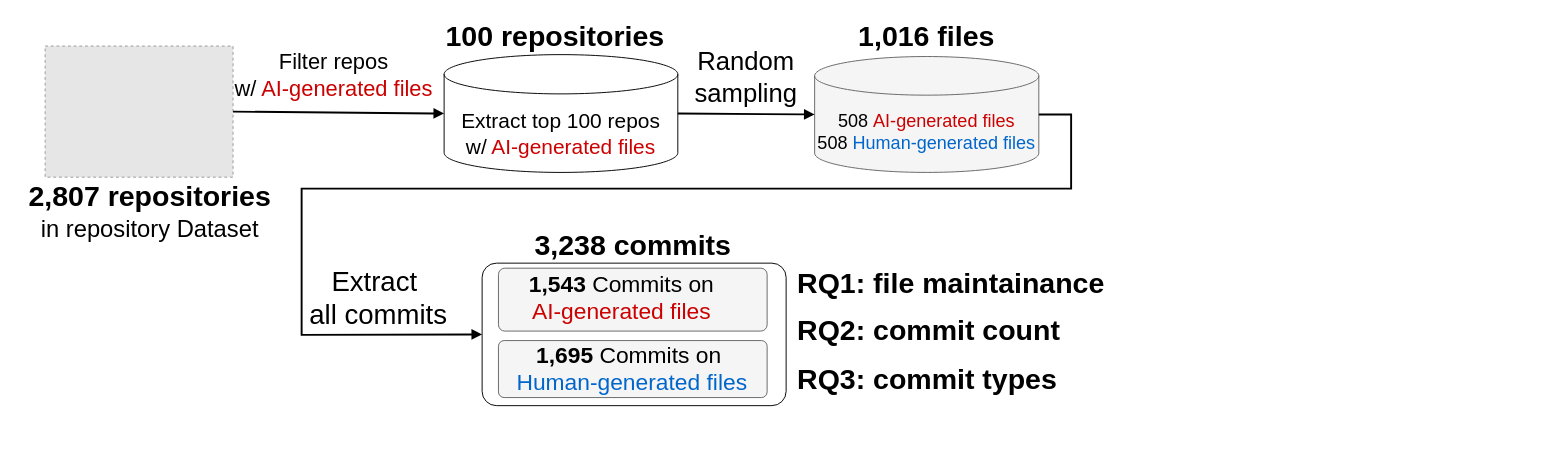
Before: AIDev.drawio in ShouSawa/draw.io, a draw.io diagram. Source tidied: cells renumbered, new cells numbered last; positions are measured from the earlier drawing's top-left corner, leaving out a move shared by most shapes. Both pictures are drawn from the tidied source at 95%, with x=0, y=0 at pixel (16, 16). Pictures stored in the file or linked from it are replaced by grey dashed boxes.
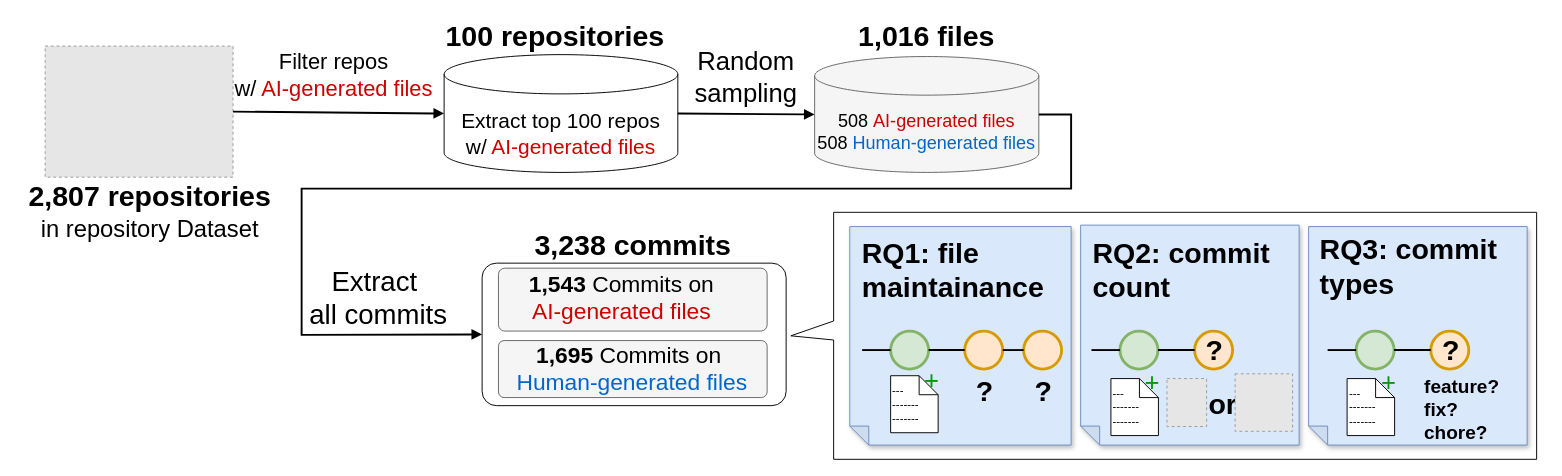
The same diagram, later.

Diff of the diagram source:
```diff
@@
+    <mxCell id="25" style="shape=callout;whiteSpace=wrap;html=1;perimeter=calloutPerimeter;rotation=90;size=45;position=0.44;" parent="1" vertex="1">
+      <mxGeometry x="1077.5" y="-56.5" width="260" height="785" as="geometry" />
+    </mxCell>
@@
+    <mxCell id="26" style="shape=note;whiteSpace=wrap;html=1;backgroundOutline=1;darkOpacity=0.05;fillColor=#dae8fc;strokeColor=#6c8ebf;fillStyle=solid;direction=west;gradientDirection=north;shadow=1;size=20;" parent="1" vertex="1">
+      <mxGeometry x="877" y="221" width="233" height="230" as="geometry" />
+    </mxCell>
+    <mxCell id="27" style="shape=note;whiteSpace=wrap;html=1;backgroundOutline=1;darkOpacity=0.05;fillColor=#dae8fc;strokeColor=#6c8ebf;fillStyle=solid;direction=west;gradientDirection=north;shadow=1;size=20;" parent="1" vertex="1">
+      <mxGeometry x="1120" y="219.5" width="230" height="231.5" as="geometry" />
+    </mxCell>
+    <mxCell id="23" value="&lt;div&gt;&lt;span style=&quot;font-size: 30px;&quot;&gt;&lt;b&gt;RQ2: commit count&lt;/b&gt;&lt;/span&gt;&lt;/div&gt;" style="text;html=1;whiteSpace=wrap;strokeColor=none;fillColor=none;align=left;verticalAlign=middle;rounded=0;" parent="1" vertex="1">
+      <mxGeometry x="1131.4" y="247" width="198.6" height="40" as="geometry" />
+    </mxCell>
     <mxCell id="22" value="&lt;div&gt;&lt;span style=&quot;font-size: 30px;&quot;&gt;&lt;b&gt;RQ1: file maintainance&lt;/b&gt;&lt;/span&gt;&lt;/div&gt;" style="text;html=1;whiteSpace=wrap;strokeColor=none;fillColor=none;align=left;verticalAlign=middle;rounded=0;" parent="1" vertex="1">
-      <mxGeometry x="820" y="259.5" width="400" height="40" as="geometry" />
+      <mxGeometry x="888" y="251" width="200" height="32" as="geometry" />
     </mxCell>
-    <mxCell id="23" value="&lt;div&gt;&lt;span style=&quot;font-size: 30px;&quot;&gt;&lt;b&gt;RQ2: commit count&lt;/b&gt;&lt;/span&gt;&lt;/div&gt;" style="text;html=1;whiteSpace=wrap;strokeColor=none;fillColor=none;align=left;verticalAlign=middle;rounded=0;" parent="1" vertex="1">
-      <mxGeometry x="820" y="310" width="400" height="40" as="geometry" />
-    </mxCell>
+    <mxCell id="28" style="ellipse;whiteSpace=wrap;html=1;strokeWidth=3;fillColor=#d5e8d4;strokeColor=#82b366;" parent="1" vertex="1">
+      <mxGeometry x="920" y="331" width="40" height="40" as="geometry" />
+    </mxCell>
+    <mxCell id="29" style="ellipse;whiteSpace=wrap;html=1;strokeWidth=3;fillColor=#ffe6cc;strokeColor=#d79b00;" parent="1" vertex="1">
+      <mxGeometry x="998" y="331" width="40" height="40" as="geometry" />
+    </mxCell>
+    <mxCell id="30" style="endArrow=none;html=1;rounded=0;entryX=0;entryY=0.5;entryDx=0;entryDy=0;exitX=1;exitY=0.5;exitDx=0;exitDy=0;strokeWidth=2;" parent="1" edge="1" source="28" target="29">
+      <mxGeometry relative="1" as="geometry" />
+    </mxCell>
+    <mxCell id="31" style="endArrow=none;html=1;rounded=0;entryX=0;entryY=0.5;entryDx=0;entryDy=0;strokeWidth=2;" parent="1" edge="1" target="28">
+      <mxGeometry relative="1" as="geometry">
+        <mxPoint x="890" y="351" as="sourcePoint" />
+      </mxGeometry>
+    </mxCell>
+    <mxCell id="32" value="---&lt;div&gt;-------&lt;/div&gt;&lt;div&gt;-------&lt;/div&gt;" style="shape=note;size=20;whiteSpace=wrap;html=1;align=left;" parent="1" vertex="1">
+      <mxGeometry x="920" y="378" width="50" height="60" as="geometry" />
+    </mxCell>
+    <mxCell id="33" style="ellipse;whiteSpace=wrap;html=1;strokeWidth=3;fillColor=#ffe6cc;strokeColor=#d79b00;" parent="1" vertex="1">
+      <mxGeometry x="1060" y="331" width="40" height="40" as="geometry" />
+    </mxCell>
+    <mxCell id="34" style="endArrow=none;html=1;rounded=0;entryX=0;entryY=0.5;entryDx=0;entryDy=0;exitX=1;exitY=0.5;exitDx=0;exitDy=0;strokeWidth=2;" parent="1" edge="1" source="29" target="33">
+      <mxGeometry relative="1" as="geometry" />
+    </mxCell>
+    <mxCell id="35" value="&lt;span style=&quot;font-size: 27px;&quot;&gt;&lt;font style=&quot;color: rgb(0, 153, 0);&quot;&gt;+&lt;/font&gt;&lt;/span&gt;" style="text;html=1;whiteSpace=wrap;strokeColor=none;fillColor=none;align=center;verticalAlign=middle;rounded=0;" parent="1" vertex="1">
+      <mxGeometry x="948" y="367" width="31" height="32" as="geometry" />
+    </mxCell>
+    <mxCell id="36" value="&lt;div&gt;&lt;span style=&quot;font-size: 30px;&quot;&gt;&lt;b&gt;?&lt;/b&gt;&lt;/span&gt;&lt;/div&gt;" style="text;html=1;whiteSpace=wrap;strokeColor=none;fillColor=none;align=left;verticalAlign=middle;rounded=0;" parent="1" vertex="1">
+      <mxGeometry x="1008" y="377.5" width="30" height="32" as="geometry" />
+    </mxCell>
+    <mxCell id="37" value="&lt;div&gt;&lt;span style=&quot;font-size: 30px;&quot;&gt;&lt;b&gt;?&lt;/b&gt;&lt;/span&gt;&lt;/div&gt;" style="text;html=1;whiteSpace=wrap;strokeColor=none;fillColor=none;align=left;verticalAlign=middle;rounded=0;" parent="1" vertex="1">
+      <mxGeometry x="1070" y="377.5" width="30" height="32" as="geometry" />
+    </mxCell>
+    <mxCell id="38" style="ellipse;whiteSpace=wrap;html=1;strokeWidth=3;fillColor=#d5e8d4;strokeColor=#82b366;" parent="1" vertex="1">
+      <mxGeometry x="1161.4" y="331" width="40" height="40" as="geometry" />
+    </mxCell>
+    <mxCell id="39" style="ellipse;whiteSpace=wrap;html=1;strokeWidth=3;fillColor=#ffe6cc;strokeColor=#d79b00;" parent="1" vertex="1">
+      <mxGeometry x="1240" y="331" width="40" height="40" as="geometry" />
+    </mxCell>
+    <mxCell id="40" style="endArrow=none;html=1;rounded=0;entryX=0;entryY=0.5;entryDx=0;entryDy=0;exitX=1;exitY=0.5;exitDx=0;exitDy=0;strokeWidth=2;" parent="1" edge="1" source="38" target="39">
+      <mxGeometry relative="1" as="geometry" />
+    </mxCell>
+    <mxCell id="41" style="endArrow=none;html=1;rounded=0;entryX=0;entryY=0.5;entryDx=0;entryDy=0;strokeWidth=2;" parent="1" edge="1" target="38">
+      <mxGeometry relative="1" as="geometry">
+        <mxPoint x="1131.4" y="351" as="sourcePoint" />
+      </mxGeometry>
+    </mxCell>
+    <mxCell id="42" value="---&lt;div&gt;-------&lt;/div&gt;&lt;div&gt;-------&lt;/div&gt;" style="shape=note;size=20;whiteSpace=wrap;html=1;align=left;" parent="1" vertex="1">
+      <mxGeometry x="1151.9" y="381" width="50" height="60" as="geometry" />
+    </mxCell>
+    <mxCell id="43" value="&lt;span style=&quot;font-size: 27px;&quot;&gt;&lt;font style=&quot;color: rgb(0, 153, 0);&quot;&gt;+&lt;/font&gt;&lt;/span&gt;" style="text;html=1;whiteSpace=wrap;strokeColor=none;fillColor=none;align=center;verticalAlign=middle;rounded=0;" parent="1" vertex="1">
+      <mxGeometry x="1179.9" y="370" width="31" height="32" as="geometry" />
+    </mxCell>
+    <mxCell id="44" style="fillColor=#E6E6E6;strokeColor=#999999;dashed=1;verticalLabelPosition=bottom;labelBackgroundColor=default;verticalAlign=top;" parent="1" vertex="1">
+      <mxGeometry x="1210.9" y="381" width="41.7" height="50.5" as="geometry" />
+    </mxCell>
+    <mxCell id="45" value="&lt;div&gt;&lt;span style=&quot;font-size: 30px;&quot;&gt;&lt;b&gt;or&lt;/b&gt;&lt;/span&gt;&lt;/div&gt;" style="text;html=1;whiteSpace=wrap;strokeColor=none;fillColor=none;align=left;verticalAlign=middle;rounded=0;" parent="1" vertex="1">
+      <mxGeometry x="1252.6" y="392" width="30" height="32" as="geometry" />
+    </mxCell>
+    <mxCell id="46" style="fillColor=#E6E6E6;strokeColor=#999999;dashed=1;verticalLabelPosition=bottom;labelBackgroundColor=default;verticalAlign=top;" parent="1" vertex="1">
+      <mxGeometry x="1282.6" y="376" width="60.5" height="60.5" as="geometry" />
+    </mxCell>
+    <mxCell id="47" value="&lt;div&gt;&lt;span style=&quot;font-size: 30px;&quot;&gt;&lt;b&gt;?&lt;/b&gt;&lt;/span&gt;&lt;/div&gt;" style="text;html=1;whiteSpace=wrap;strokeColor=none;fillColor=none;align=left;verticalAlign=middle;rounded=0;" parent="1" vertex="1">
+      <mxGeometry x="1250" y="335.2" width="30" height="32" as="geometry" />
+    </mxCell>
+    <mxCell id="48" style="shape=note;whiteSpace=wrap;html=1;backgroundOutline=1;darkOpacity=0.05;fillColor=#dae8fc;strokeColor=#6c8ebf;fillStyle=solid;direction=west;gradientDirection=north;shadow=1;size=20;" parent="1" vertex="1">
+      <mxGeometry x="1360" y="221" width="230" height="230" as="geometry" />
+    </mxCell>
     <mxCell id="24" value="&lt;div&gt;&lt;span style=&quot;font-size: 30px;&quot;&gt;&lt;b&gt;RQ3: commit types&lt;/b&gt;&lt;/span&gt;&lt;/div&gt;" style="text;html=1;whiteSpace=wrap;strokeColor=none;fillColor=none;align=left;verticalAlign=middle;rounded=0;" parent="1" vertex="1">
-      <mxGeometry x="820" y="361" width="400" height="40" as="geometry" />
+      <mxGeometry x="1370" y="243" width="240" height="40" as="geometry" />
     </mxCell>
+    <mxCell id="49" style="ellipse;whiteSpace=wrap;html=1;strokeWidth=3;fillColor=#d5e8d4;strokeColor=#82b366;" parent="1" vertex="1">
+      <mxGeometry x="1410" y="331" width="40" height="40" as="geometry" />
+    </mxCell>
+    <mxCell id="50" style="ellipse;whiteSpace=wrap;html=1;strokeWidth=3;fillColor=#ffe6cc;strokeColor=#d79b00;" parent="1" vertex="1">
+      <mxGeometry x="1488.6" y="331" width="40" height="40" as="geometry" />
+    </mxCell>
+    <mxCell id="51" style="endArrow=none;html=1;rounded=0;entryX=0;entryY=0.5;entryDx=0;entryDy=0;exitX=1;exitY=0.5;exitDx=0;exitDy=0;strokeWidth=2;" parent="1" edge="1" source="49" target="50">
+      <mxGeometry relative="1" as="geometry" />
+    </mxCell>
+    <mxCell id="52" style="endArrow=none;html=1;rounded=0;entryX=0;entryY=0.5;entryDx=0;entryDy=0;strokeWidth=2;" parent="1" edge="1" target="49">
+      <mxGeometry relative="1" as="geometry">
+        <mxPoint x="1380" y="351" as="sourcePoint" />
+      </mxGeometry>
+    </mxCell>
+    <mxCell id="53" value="&lt;div&gt;&lt;span style=&quot;font-size: 30px;&quot;&gt;&lt;b&gt;?&lt;/b&gt;&lt;/span&gt;&lt;/div&gt;" style="text;html=1;whiteSpace=wrap;strokeColor=none;fillColor=none;align=left;verticalAlign=middle;rounded=0;" parent="1" vertex="1">
+      <mxGeometry x="1498.6" y="335" width="30" height="32" as="geometry" />
+    </mxCell>
+    <mxCell id="54" value="&lt;div&gt;&lt;b style=&quot;&quot;&gt;&lt;font style=&quot;font-size: 20px;&quot;&gt;feature?&lt;/font&gt;&lt;/b&gt;&lt;/div&gt;&lt;div&gt;&lt;b&gt;&lt;font style=&quot;font-size: 20px;&quot;&gt;fix?&lt;/font&gt;&lt;/b&gt;&lt;/div&gt;&lt;div&gt;&lt;b&gt;&lt;font style=&quot;font-size: 20px;&quot;&gt;chore?&lt;/font&gt;&lt;/b&gt;&lt;/div&gt;&lt;div&gt;&lt;br&gt;&lt;/div&gt;" style="text;html=1;whiteSpace=wrap;strokeColor=none;fillColor=none;align=left;verticalAlign=middle;rounded=0;" parent="1" vertex="1">
+      <mxGeometry x="1480" y="376" width="90" height="89" as="geometry" />
+    </mxCell>
+    <mxCell id="55" value="---&lt;div&gt;-------&lt;/div&gt;&lt;div&gt;-------&lt;/div&gt;" style="shape=note;size=20;whiteSpace=wrap;html=1;align=left;" parent="1" vertex="1">
+      <mxGeometry x="1400.5" y="381" width="50" height="60" as="geometry" />
+    </mxCell>
+    <mxCell id="56" value="&lt;span style=&quot;font-size: 27px;&quot;&gt;&lt;font style=&quot;color: rgb(0, 153, 0);&quot;&gt;+&lt;/font&gt;&lt;/span&gt;" style="text;html=1;whiteSpace=wrap;strokeColor=none;fillColor=none;align=center;verticalAlign=middle;rounded=0;" parent="1" vertex="1">
+      <mxGeometry x="1428.5" y="370" width="31" height="32" as="geometry" />
+    </mxCell>
```
